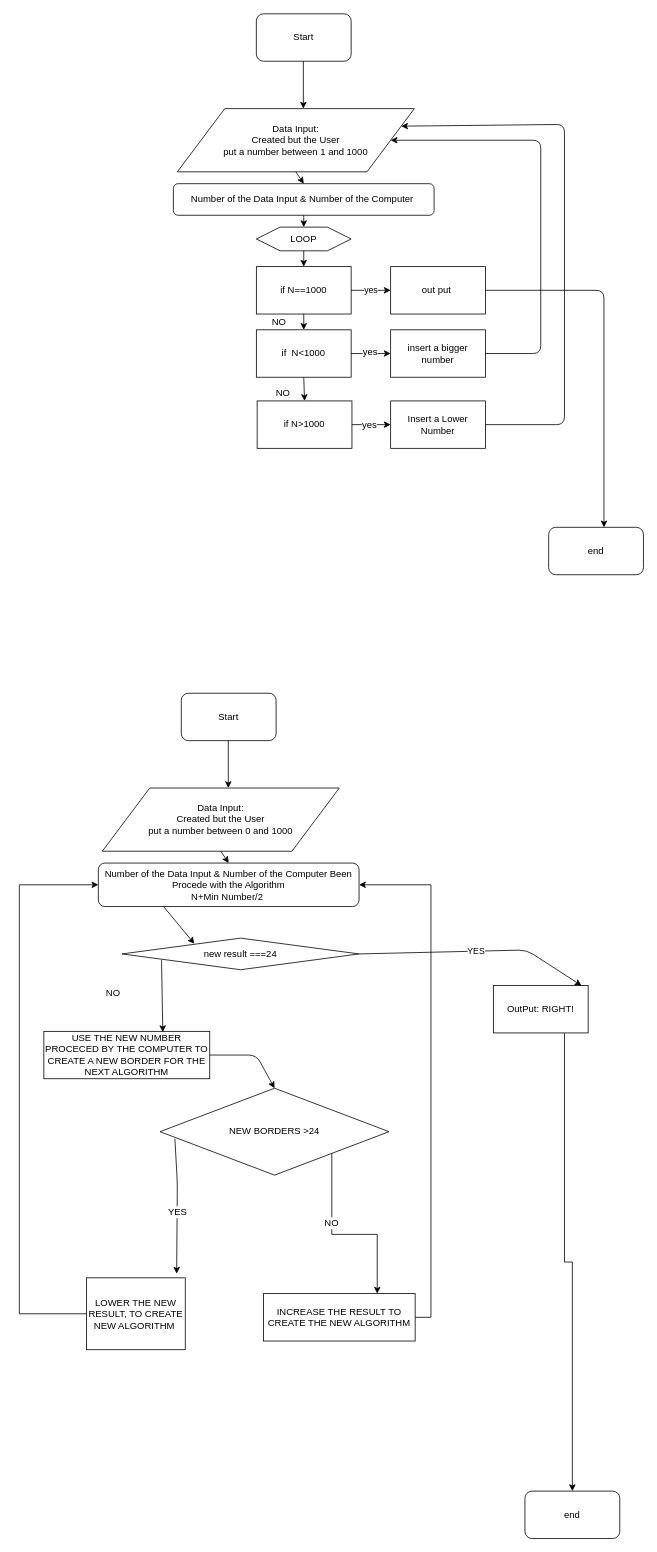
The draw.io diagram Untitled Diagram.drawio in BabSchu/FSWD80-ADS-DAY01-PairLeaderName-Schuch-Moreno-Simic, before the edit. Source tidied: cells renumbered, new cells numbered last; positions are measured from the earlier drawing's top-left corner, leaving out a move shared by most shapes. Both pictures are drawn from the tidied source at 79%, with x=0, y=0 at pixel (19, 13).
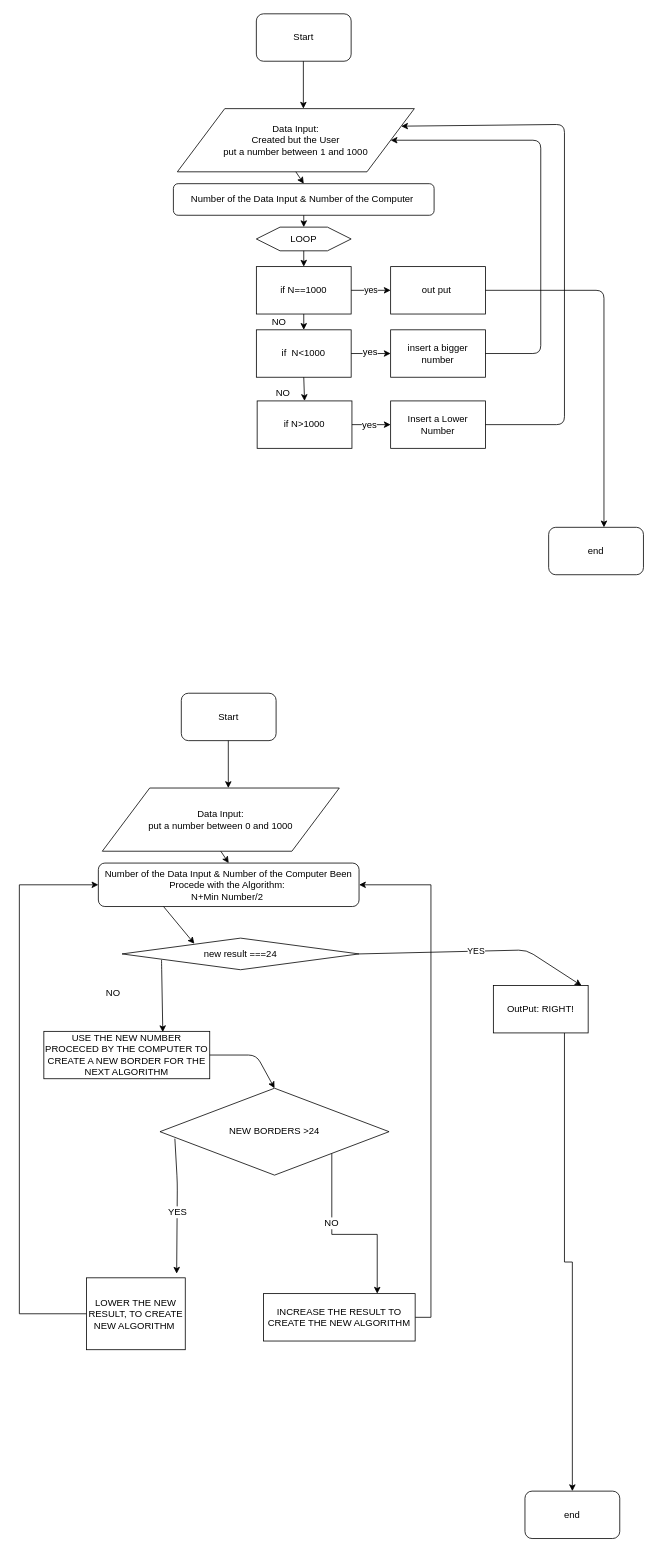
The same page after the edit.

The edit, as a diff of the source:
```diff
@@
-    <mxCell id="31" value="Data Input:&lt;br&gt;Created but the User&lt;br&gt;put a number between 0 and 1000" style="shape=parallelogram;perimeter=parallelogramPerimeter;whiteSpace=wrap;html=1;" parent="1" vertex="1">
+    <mxCell id="31" value="Data Input:&lt;br&gt;put a number between 0 and 1000" style="shape=parallelogram;perimeter=parallelogramPerimeter;whiteSpace=wrap;html=1;" parent="1" vertex="1">
       <mxGeometry x="105" y="980" width="300" height="80" as="geometry" />
     </mxCell>
@@
-    <mxCell id="36" value="Number of the Data Input &amp;amp; Number of the Computer Been Procede with the Algorithm &lt;br&gt;N+Min Number/2&amp;nbsp;" style="rounded=1;whiteSpace=wrap;html=1;" parent="1" vertex="1">
+    <mxCell id="36" value="Number of the Data Input &amp;amp; Number of the Computer Been Procede with the Algorithm:&amp;nbsp;&lt;br&gt;N+Min Number/2&amp;nbsp;" style="rounded=1;whiteSpace=wrap;html=1;" parent="1" vertex="1">
       <mxGeometry x="100" y="1075" width="330" height="55" as="geometry" />
     </mxCell>
```
